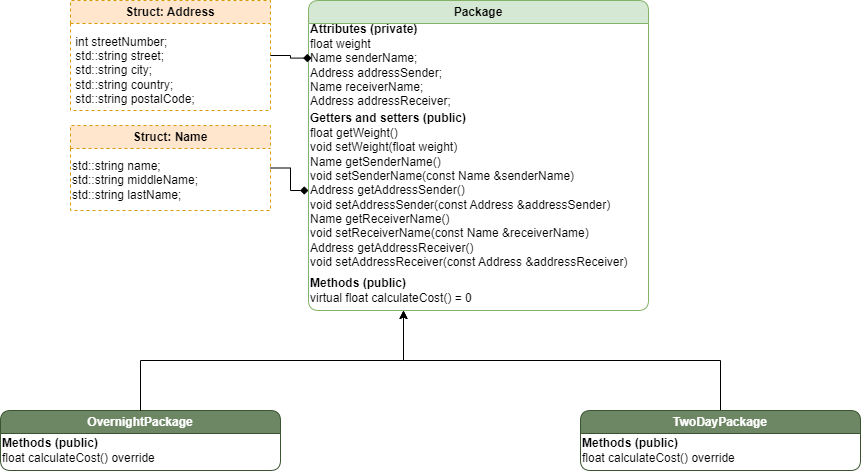
Above: 28-SDfR-Assignment4/Assignment1/images/UML-1.png in MiguelOteo/Software-Development (draw.io), before the change. Source tidied: cells renumbered, new cells last; positions are measured from the earlier drawing's top-left corner, leaving out a move shared by most shapes. The source it was exported from:
```xml
<mxGraphModel>
  <root>
    <mxCell id="0" />
    <mxCell id="1" parent="0" />
    <mxCell id="2" value="OvernightPackage" style="swimlane;whiteSpace=wrap;html=1;fillColor=#6d8764;fontColor=#ffffff;strokeColor=#3A5431;rounded=1;" parent="1" vertex="1">
      <mxGeometry y="410" width="280" height="60" as="geometry" />
    </mxCell>
    <mxCell id="3" value="&lt;b&gt;Methods (public)&lt;/b&gt;&lt;div&gt;float calculateCost() override&lt;br&gt;&lt;/div&gt;" style="text;html=1;align=left;verticalAlign=middle;strokeColor=none;fillColor=none;" parent="2" vertex="1">
      <mxGeometry y="20" width="180" height="40" as="geometry" />
    </mxCell>
    <mxCell id="4" value="Package" style="swimlane;whiteSpace=wrap;html=1;fillColor=#d5e8d4;strokeColor=#82b366;rounded=1;fillStyle=auto;swimlaneFillColor=default;" parent="1" vertex="1">
      <mxGeometry x="308" width="340" height="310" as="geometry" />
    </mxCell>
    <mxCell id="5" value="&lt;div&gt;&lt;b&gt;Attributes (private)&lt;/b&gt;&lt;/div&gt;float weight&amp;nbsp;&lt;div&gt;&lt;div&gt;Name senderName;&amp;nbsp; &amp;nbsp; &amp;nbsp; &amp;nbsp; &amp;nbsp;&amp;nbsp;&lt;/div&gt;&lt;div&gt;Address addressSender;&amp;nbsp; &amp;nbsp;&amp;nbsp;&lt;/div&gt;&lt;div&gt;Name receiverName;&amp;nbsp; &amp;nbsp; &amp;nbsp; &amp;nbsp;&amp;nbsp;&lt;/div&gt;&lt;div&gt;Address addressReceiver;&amp;nbsp;&amp;nbsp;&lt;/div&gt;&lt;/div&gt;" style="text;html=1;align=left;verticalAlign=middle;points=[];strokeColor=none;fillColor=none;" parent="4" vertex="1">
      <mxGeometry y="15" width="170" height="100" as="geometry" />
    </mxCell>
    <mxCell id="6" value="&lt;div&gt;&lt;b&gt;Getters and setters (public)&lt;/b&gt;&lt;/div&gt;&lt;div&gt;float getWeight()&lt;/div&gt;&lt;div&gt;&lt;div&gt;void setWeight(float weight)&lt;/div&gt;&lt;div&gt;Name getSenderName()&lt;br&gt;&lt;/div&gt;&lt;/div&gt;&lt;div&gt;void setSenderName(const Name &amp;amp;senderName)&lt;br&gt;&lt;/div&gt;&lt;div&gt;Address getAddressSender()&lt;br&gt;&lt;/div&gt;&lt;div&gt;void setAddressSender(const Address &amp;amp;addressSender)&lt;br&gt;&lt;/div&gt;&lt;div&gt;Name getReceiverName()&lt;br&gt;&lt;/div&gt;&lt;div&gt;void setReceiverName(const Name &amp;amp;receiverName)&lt;br&gt;&lt;/div&gt;&lt;div&gt;Address getAddressReceiver()&lt;br&gt;&lt;/div&gt;&lt;div&gt;void setAddressReceiver(const Address &amp;amp;addressReceiver)&lt;/div&gt;" style="text;html=1;align=left;verticalAlign=middle;points=[];strokeColor=none;fillColor=none;" parent="4" vertex="1">
      <mxGeometry y="105" width="340" height="170" as="geometry" />
    </mxCell>
    <mxCell id="7" value="&lt;b&gt;Methods (public)&lt;/b&gt;&lt;div&gt;virtual float calculateCost() = 0&lt;br&gt;&lt;/div&gt;" style="text;html=1;align=left;verticalAlign=middle;points=[];strokeColor=none;fillColor=none;" parent="4" vertex="1">
      <mxGeometry y="270" width="190" height="40" as="geometry" />
    </mxCell>
    <mxCell id="8" style="edgeStyle=orthogonalEdgeStyle;rounded=0;jettySize=auto;html=1;exitX=0.5;exitY=0;exitDx=0;exitDy=0;" parent="1" edge="1" source="9" target="7">
      <mxGeometry relative="1" as="geometry" />
    </mxCell>
    <mxCell id="9" value="TwoDayPackage" style="swimlane;whiteSpace=wrap;html=1;startSize=23;fillColor=#6d8764;fontColor=#ffffff;strokeColor=#3A5431;rounded=1;" parent="1" vertex="1">
      <mxGeometry x="580" y="410" width="280" height="60" as="geometry" />
    </mxCell>
    <mxCell id="10" value="&lt;b&gt;Methods (public)&lt;/b&gt;&lt;div&gt;float calculateCost() override&lt;br&gt;&lt;/div&gt;" style="text;html=1;align=left;verticalAlign=middle;" parent="9" vertex="1">
      <mxGeometry y="20" width="180" height="40" as="geometry" />
    </mxCell>
    <mxCell id="11" style="edgeStyle=orthogonalEdgeStyle;rounded=0;jettySize=auto;html=1;exitX=0.5;exitY=0;exitDx=0;exitDy=0;" parent="1" edge="1" source="2" target="7">
      <mxGeometry relative="1" as="geometry" />
    </mxCell>
    <mxCell id="12" value="Struct: Address" style="swimlane;whiteSpace=wrap;html=1;fillColor=#ffe6cc;strokeColor=#d79b00;dashed=1;" parent="1" vertex="1">
      <mxGeometry x="70" width="200" height="110" as="geometry" />
    </mxCell>
    <mxCell id="13" value="&lt;div&gt;&amp;nbsp;int streetNumber;&lt;/div&gt;&lt;div&gt;&amp;nbsp;std::string street;&lt;/div&gt;&lt;div&gt;&amp;nbsp;std::string city;&lt;/div&gt;&lt;div&gt;&amp;nbsp;std::string country;&amp;nbsp;&lt;/div&gt;&lt;div&gt;&amp;nbsp;std::string postalCode;&lt;/div&gt;" style="text;html=1;align=left;verticalAlign=middle;strokeColor=none;fillColor=none;" parent="12" vertex="1">
      <mxGeometry y="25" width="150" height="90" as="geometry" />
    </mxCell>
    <mxCell id="14" style="edgeStyle=orthogonalEdgeStyle;rounded=0;jettySize=auto;html=1;exitX=1;exitY=0.5;exitDx=0;exitDy=0;endArrow=diamond;endFill=1;" parent="1" edge="1" source="15" target="6">
      <mxGeometry relative="1" as="geometry" />
    </mxCell>
    <mxCell id="15" value="Struct: Name" style="swimlane;whiteSpace=wrap;html=1;dashed=1;fillColor=#ffe6cc;strokeColor=#d79b00;" parent="1" vertex="1">
      <mxGeometry x="70" y="125" width="200" height="85" as="geometry" />
    </mxCell>
    <mxCell id="16" value="&lt;div&gt;std::string name;&lt;/div&gt;&lt;div&gt;std::string middleName;&lt;/div&gt;&lt;div&gt;std::string lastName;&lt;/div&gt;" style="text;html=1;align=left;verticalAlign=middle;strokeColor=none;fillColor=none;" parent="15" vertex="1">
      <mxGeometry y="25" width="150" height="60" as="geometry" />
    </mxCell>
    <mxCell id="17" style="edgeStyle=orthogonalEdgeStyle;rounded=0;jettySize=auto;html=1;entryX=0.018;entryY=0.426;entryDx=0;entryDy=0;entryPerimeter=0;endArrow=diamond;endFill=1;" parent="1" edge="1" source="12" target="5">
      <mxGeometry relative="1" as="geometry" />
    </mxCell>
  </root>
</mxGraphModel>
```
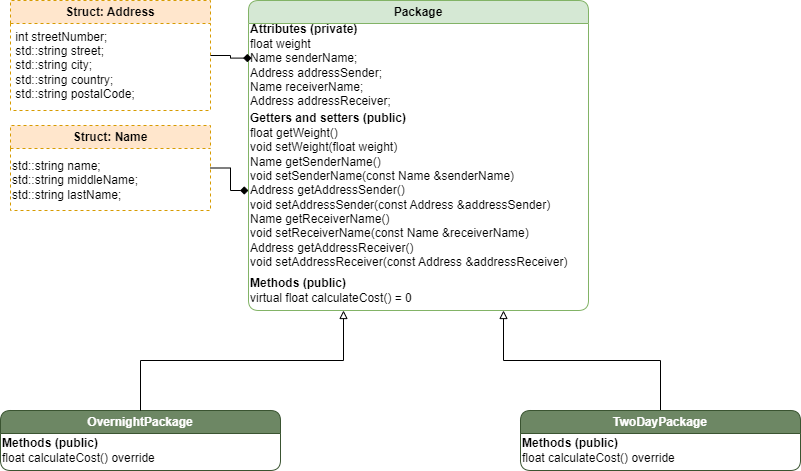
Above is the later version.

Diff of the diagram source:
```diff
@@ -3,7 +3,7 @@
     <mxCell id="0" />
     <mxCell id="1" parent="0" />
     <mxCell id="2" value="OvernightPackage" style="swimlane;whiteSpace=wrap;html=1;fillColor=#6d8764;fontColor=#ffffff;strokeColor=#3A5431;rounded=1;" parent="1" vertex="1">
-      <mxGeometry y="410" width="280" height="60" as="geometry" />
+      <mxGeometry x="60" y="410" width="280" height="60" as="geometry" />
     </mxCell>
     <mxCell id="3" value="&lt;b&gt;Methods (public)&lt;/b&gt;&lt;div&gt;float calculateCost() override&lt;br&gt;&lt;/div&gt;" style="text;html=1;align=left;verticalAlign=middle;strokeColor=none;fillColor=none;" parent="2" vertex="1">
       <mxGeometry y="20" width="180" height="40" as="geometry" />
@@ -20,23 +20,23 @@
     <mxCell id="7" value="&lt;b&gt;Methods (public)&lt;/b&gt;&lt;div&gt;virtual float calculateCost() = 0&lt;br&gt;&lt;/div&gt;" style="text;html=1;align=left;verticalAlign=middle;points=[];strokeColor=none;fillColor=none;" parent="4" vertex="1">
       <mxGeometry y="270" width="190" height="40" as="geometry" />
     </mxCell>
-    <mxCell id="8" style="edgeStyle=orthogonalEdgeStyle;rounded=0;jettySize=auto;html=1;exitX=0.5;exitY=0;exitDx=0;exitDy=0;" parent="1" edge="1" source="9" target="7">
-      <mxGeometry relative="1" as="geometry" />
-    </mxCell>
+    <mxCell id="18" style="edgeStyle=orthogonalEdgeStyle;rounded=0;jettySize=auto;html=1;entryX=0.75;entryY=1;entryDx=0;entryDy=0;endArrow=block;endFill=0;" parent="1" edge="1" source="9" target="4">
+      <mxGeometry relative="1" as="geometry" />
+    </mxCell>
     <mxCell id="9" value="TwoDayPackage" style="swimlane;whiteSpace=wrap;html=1;startSize=23;fillColor=#6d8764;fontColor=#ffffff;strokeColor=#3A5431;rounded=1;" parent="1" vertex="1">
       <mxGeometry x="580" y="410" width="280" height="60" as="geometry" />
     </mxCell>
     <mxCell id="10" value="&lt;b&gt;Methods (public)&lt;/b&gt;&lt;div&gt;float calculateCost() override&lt;br&gt;&lt;/div&gt;" style="text;html=1;align=left;verticalAlign=middle;" parent="9" vertex="1">
       <mxGeometry y="20" width="180" height="40" as="geometry" />
     </mxCell>
-    <mxCell id="11" style="edgeStyle=orthogonalEdgeStyle;rounded=0;jettySize=auto;html=1;exitX=0.5;exitY=0;exitDx=0;exitDy=0;" parent="1" edge="1" source="2" target="7">
+    <mxCell id="11" style="edgeStyle=orthogonalEdgeStyle;rounded=0;jettySize=auto;html=1;exitX=0.5;exitY=0;exitDx=0;exitDy=0;endArrow=block;endFill=0;" parent="1" edge="1" source="2" target="7">
       <mxGeometry relative="1" as="geometry" />
     </mxCell>
     <mxCell id="12" value="Struct: Address" style="swimlane;whiteSpace=wrap;html=1;fillColor=#ffe6cc;strokeColor=#d79b00;dashed=1;" parent="1" vertex="1">
       <mxGeometry x="70" width="200" height="110" as="geometry" />
     </mxCell>
     <mxCell id="13" value="&lt;div&gt;&amp;nbsp;int streetNumber;&lt;/div&gt;&lt;div&gt;&amp;nbsp;std::string street;&lt;/div&gt;&lt;div&gt;&amp;nbsp;std::string city;&lt;/div&gt;&lt;div&gt;&amp;nbsp;std::string country;&amp;nbsp;&lt;/div&gt;&lt;div&gt;&amp;nbsp;std::string postalCode;&lt;/div&gt;" style="text;html=1;align=left;verticalAlign=middle;strokeColor=none;fillColor=none;" parent="12" vertex="1">
-      <mxGeometry y="25" width="150" height="90" as="geometry" />
+      <mxGeometry y="20" width="150" height="90" as="geometry" />
     </mxCell>
     <mxCell id="14" style="edgeStyle=orthogonalEdgeStyle;rounded=0;jettySize=auto;html=1;exitX=1;exitY=0.5;exitDx=0;exitDy=0;endArrow=diamond;endFill=1;" parent="1" edge="1" source="15" target="6">
       <mxGeometry relative="1" as="geometry" />
```
